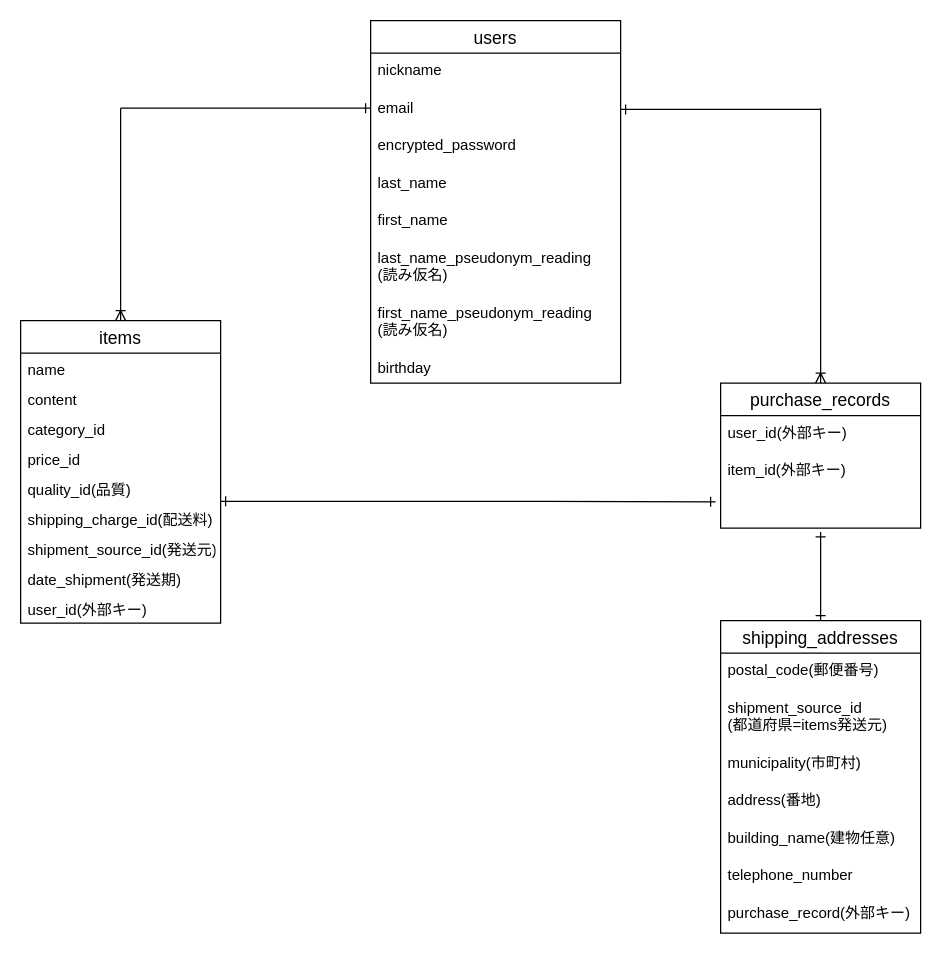
Before: db_ER.dio in sskryu322/furima-37942, a draw.io diagram. Source tidied: cells renumbered, new cells numbered last; positions are measured from the earlier drawing's top-left corner, leaving out a move shared by most shapes. Both pictures are drawn from the tidied source at 125%, with x=0, y=0 at pixel (20, 20).
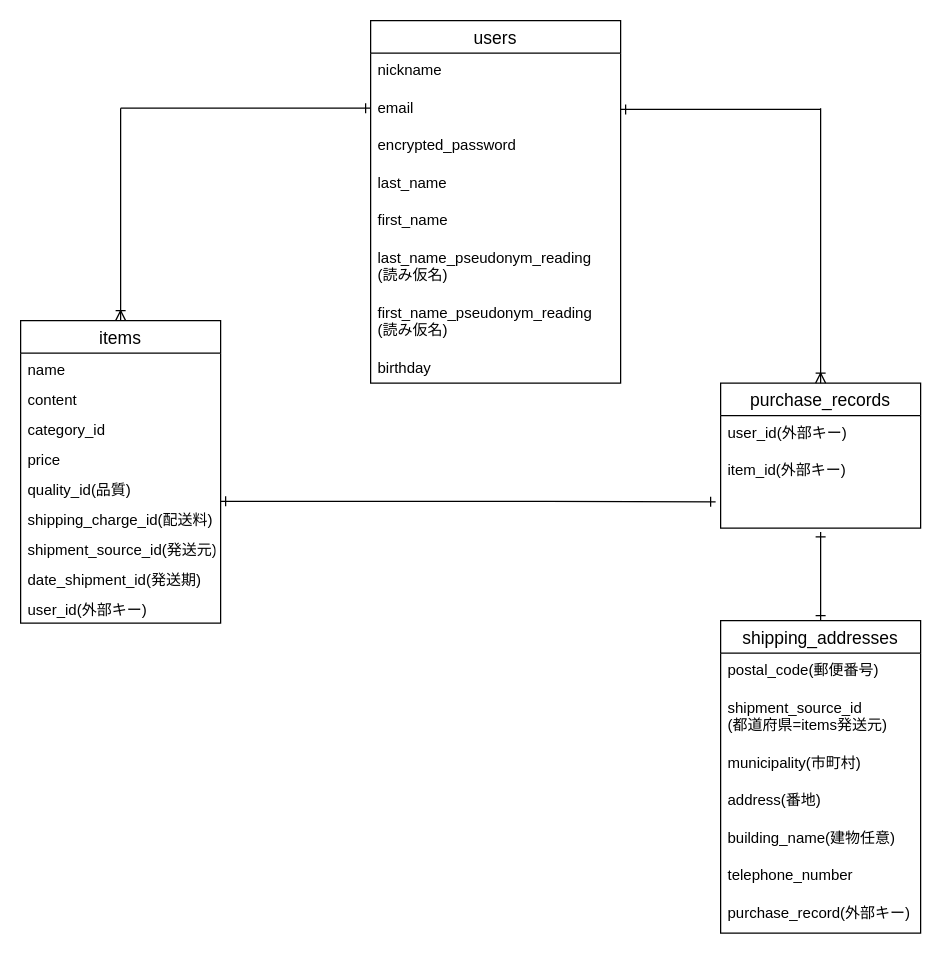
The same page after the edit.

Commit message (it also covers changes not shown here):
README記述の修正完了(2)

Unchanged cells that the change refers to:
```xml
<mxCell id="15" value="items" style="swimlane;fontStyle=0;horizontal=1;startSize=26;align=center;fontSize=14;" parent="1" vertex="1">
  <mxGeometry y="240" width="160" height="242" as="geometry" />
</mxCell>
```

The edit, as a diff of the source:
```diff
@@
-    <mxCell id="19" value="price_id" style="text;strokeColor=none;fillColor=none;spacingLeft=4;spacingRight=4;overflow=hidden;fontSize=12;" parent="15" vertex="1">
+    <mxCell id="19" value="price" style="text;strokeColor=none;fillColor=none;spacingLeft=4;spacingRight=4;overflow=hidden;fontSize=12;" parent="15" vertex="1">
       <mxGeometry y="98" width="160" height="24" as="geometry" />
     </mxCell>
@@
-    <mxCell id="23" value="date_shipment(発送期)" style="text;strokeColor=none;fillColor=none;spacingLeft=4;spacingRight=4;overflow=hidden;fontSize=12;" parent="15" vertex="1">
+    <mxCell id="23" value="date_shipment_id(発送期)" style="text;strokeColor=none;fillColor=none;spacingLeft=4;spacingRight=4;overflow=hidden;fontSize=12;" parent="15" vertex="1">
       <mxGeometry y="194" width="160" height="24" as="geometry" />
     </mxCell>
```
